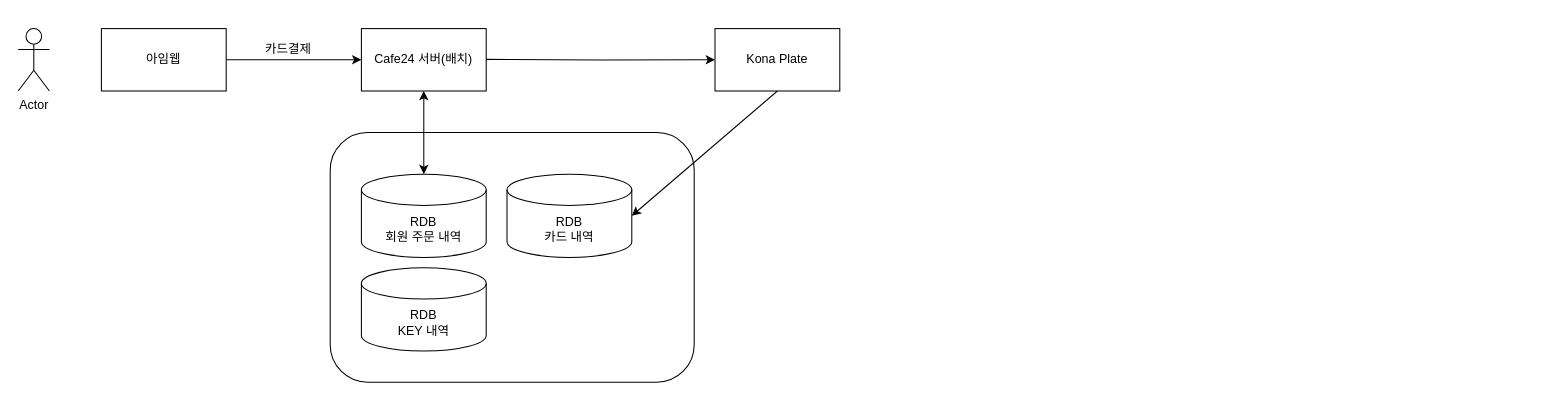
jaero0725/draw_io keeps this draw.io diagram as card_flow.drawio. Above is the earlier version. Source tidied: cells renumbered, new cells numbered last; positions are measured from the earlier drawing's top-left corner, leaving out a move shared by most shapes. Both pictures are drawn from the tidied source at 104%, with x=0, y=0 at pixel (18, 18).
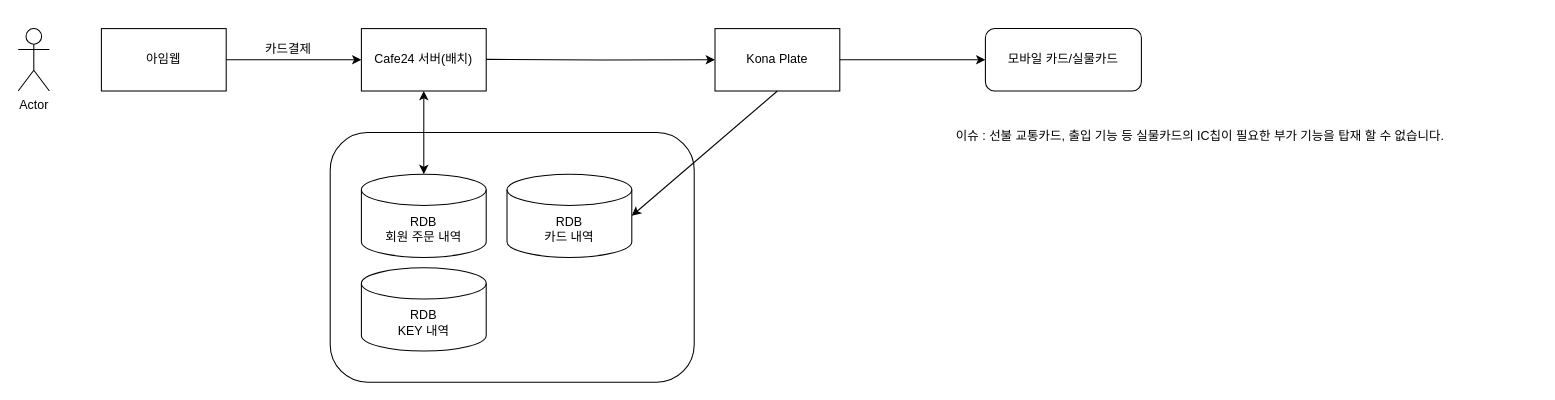
After the change.

What changed in the source:
```diff
@@
 <mxGraphModel>
   <root>
     <mxCell id="0" />
     <mxCell id="1" parent="0" />
     <mxCell id="2" style="rounded=1;whiteSpace=wrap;html=1;" parent="1" vertex="1">
       <mxGeometry x="300" y="110" width="350" height="240" as="geometry" />
     </mxCell>
     <mxCell id="3" style="edgeStyle=orthogonalEdgeStyle;rounded=0;jettySize=auto;html=1;entryX=0;entryY=0.5;entryDx=0;entryDy=0;" parent="1" edge="1" source="4" target="5">
       <mxGeometry relative="1" as="geometry" />
     </mxCell>
     <mxCell id="4" value="아임웹" style="rounded=0;whiteSpace=wrap;html=1;" parent="1" vertex="1">
       <mxGeometry x="80" y="10" width="120" height="60" as="geometry" />
     </mxCell>
     <mxCell id="5" value="Cafe24 서버(배치)" style="rounded=0;whiteSpace=wrap;html=1;" parent="1" vertex="1">
       <mxGeometry x="330" y="10" width="120" height="60" as="geometry" />
     </mxCell>
     <mxCell id="6" value="Kona Plate" style="rounded=0;whiteSpace=wrap;html=1;" parent="1" vertex="1">
       <mxGeometry x="670" y="10" width="120" height="60" as="geometry" />
     </mxCell>
     <mxCell id="7" style="edgeStyle=orthogonalEdgeStyle;rounded=0;jettySize=auto;html=1;entryX=0;entryY=0.5;entryDx=0;entryDy=0;" parent="1" edge="1" target="6">
       <mxGeometry relative="1" as="geometry">
         <mxPoint x="450" y="39.6" as="sourcePoint" />
       </mxGeometry>
     </mxCell>
     <mxCell id="8" value="Actor" style="shape=umlActor;verticalLabelPosition=bottom;verticalAlign=top;html=1;" parent="1" vertex="1">
       <mxGeometry y="10" width="30" height="60" as="geometry" />
     </mxCell>
     <mxCell id="9" value="&lt;div&gt;RDB&lt;/div&gt;회원 주문 내역" style="shape=cylinder3;whiteSpace=wrap;html=1;boundedLbl=1;backgroundOutline=1;size=15;" parent="1" vertex="1">
       <mxGeometry x="330" y="150" width="120" height="80" as="geometry" />
     </mxCell>
     <mxCell id="10" style="endArrow=classic;startArrow=classic;html=1;rounded=0;exitX=0.5;exitY=0;exitDx=0;exitDy=0;exitPerimeter=0;entryX=0.5;entryY=1;entryDx=0;entryDy=0;" parent="1" edge="1" source="9" target="5">
       <mxGeometry relative="1" as="geometry" />
     </mxCell>
     <mxCell id="11" value="&lt;div&gt;RDB&lt;/div&gt;KEY 내역" style="shape=cylinder3;whiteSpace=wrap;html=1;boundedLbl=1;backgroundOutline=1;size=15;" parent="1" vertex="1">
       <mxGeometry x="330" y="240" width="120" height="80" as="geometry" />
     </mxCell>
     <mxCell id="12" value="카드결제" style="rounded=0;whiteSpace=wrap;html=1;strokeColor=none;fillColor=none;" parent="1" vertex="1">
       <mxGeometry x="220" width="80" height="60" as="geometry" />
     </mxCell>
     <mxCell id="13" value="&lt;div&gt;RDB&lt;/div&gt;카드 내역" style="shape=cylinder3;whiteSpace=wrap;html=1;boundedLbl=1;backgroundOutline=1;size=15;" parent="1" vertex="1">
       <mxGeometry x="470" y="150" width="120" height="80" as="geometry" />
     </mxCell>
     <mxCell id="14" style="endArrow=classic;html=1;rounded=0;exitX=0.5;exitY=1;exitDx=0;exitDy=0;entryX=1;entryY=0.5;entryDx=0;entryDy=0;entryPerimeter=0;" parent="1" edge="1" source="6" target="13">
       <mxGeometry relative="1" as="geometry" />
     </mxCell>
+    <mxCell id="15" style="endArrow=classic;html=1;rounded=0;exitX=1;exitY=0.5;exitDx=0;exitDy=0;" parent="1" edge="1" source="6">
+      <mxGeometry relative="1" as="geometry">
+        <mxPoint x="930" y="40" as="targetPoint" />
+      </mxGeometry>
+    </mxCell>
+    <mxCell id="16" value="모바일 카드/실물카드" style="rounded=1;whiteSpace=wrap;html=1;" parent="1" vertex="1">
+      <mxGeometry x="930" y="10" width="150" height="60" as="geometry" />
+    </mxCell>
+    <mxCell id="17" value="이슈 : 선불 교통카드, 출입 기능 등 실물카드의 IC칩이 필요한 부가 기능을 탑재 할 수 없습니다." style="text;whiteSpace=wrap;html=1;" parent="1" vertex="1">
+      <mxGeometry x="900" y="100" width="560" height="40" as="geometry" />
+    </mxCell>
   </root>
 </mxGraphModel>
```
